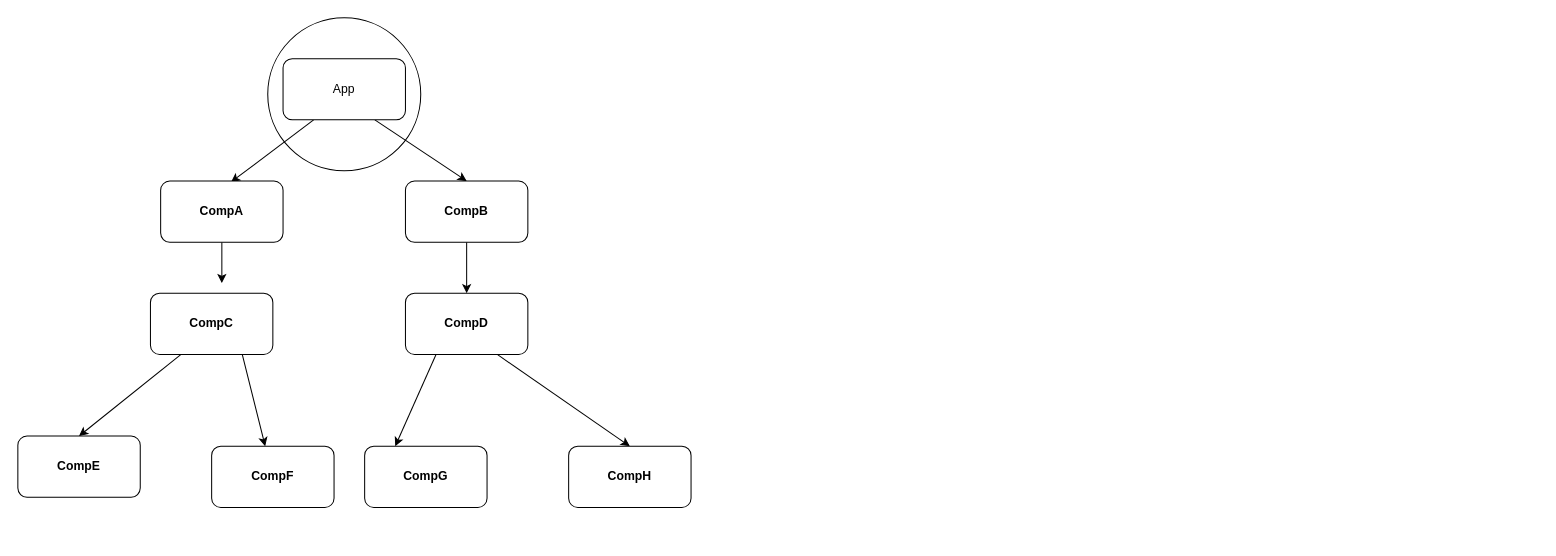
This is PropsDrilling.drawio from KameshwaranMurugan333/feb-204-react-batch, a draw.io file, before an edit. Source tidied: cells renumbered, new cells numbered last; positions are measured from the earlier drawing's top-left corner, leaving out a move shared by most shapes. Both pictures are drawn from the tidied source at 102%, with x=0, y=0 at pixel (17, 17).
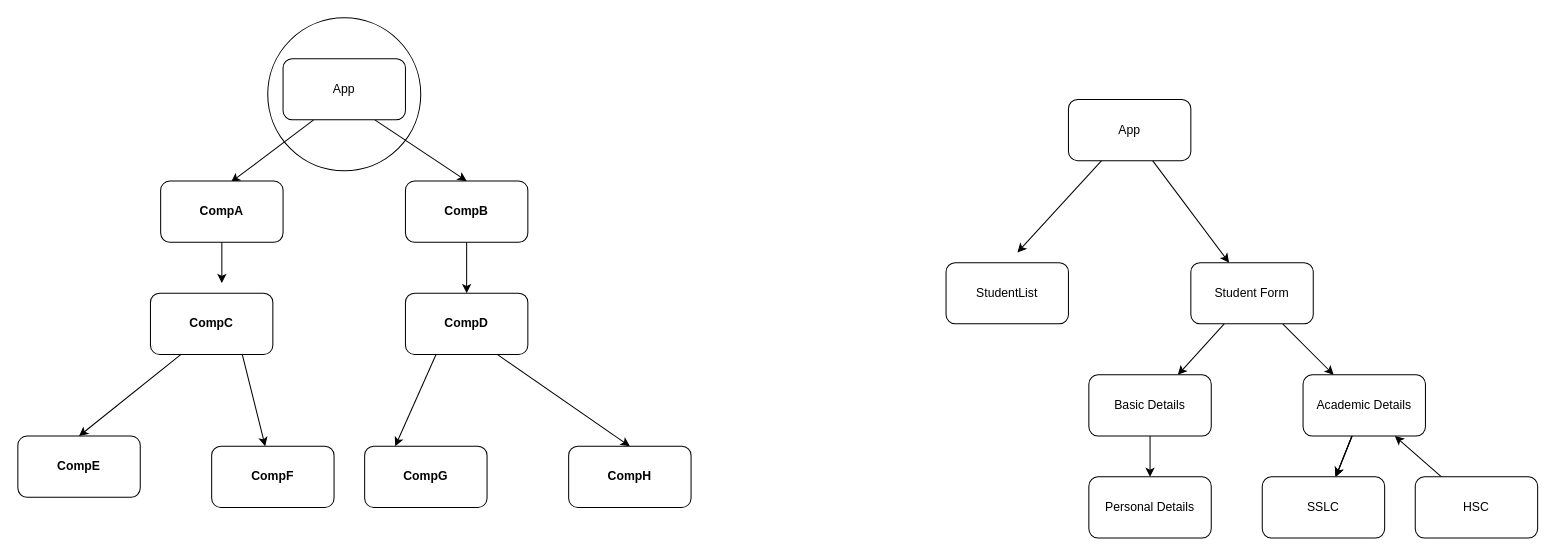
The same diagram, later.

The edit, as a diff of the source:
```diff
@@
+    <mxCell id="20" style="edgeStyle=none;html=1;" parent="1" edge="1" source="22">
+      <mxGeometry relative="1" as="geometry">
+        <mxPoint x="980" y="230" as="targetPoint" />
+      </mxGeometry>
+    </mxCell>
+    <mxCell id="21" style="edgeStyle=none;html=1;" parent="1" edge="1" source="22" target="26">
+      <mxGeometry relative="1" as="geometry" />
+    </mxCell>
+    <mxCell id="22" value="App" style="rounded=1;whiteSpace=wrap;html=1;" parent="1" vertex="1">
+      <mxGeometry x="1030" y="80" width="120" height="60" as="geometry" />
+    </mxCell>
+    <mxCell id="23" value="StudentList" style="rounded=1;whiteSpace=wrap;html=1;" parent="1" vertex="1">
+      <mxGeometry x="910" y="240" width="120" height="60" as="geometry" />
+    </mxCell>
+    <mxCell id="24" style="edgeStyle=none;html=1;" parent="1" edge="1" source="26" target="28">
+      <mxGeometry relative="1" as="geometry" />
+    </mxCell>
+    <mxCell id="25" style="edgeStyle=none;html=1;" parent="1" edge="1" source="26" target="33">
+      <mxGeometry relative="1" as="geometry" />
+    </mxCell>
+    <mxCell id="26" value="Student Form" style="whiteSpace=wrap;html=1;rounded=1;" parent="1" vertex="1">
+      <mxGeometry x="1150" y="240" width="120" height="60" as="geometry" />
+    </mxCell>
+    <mxCell id="27" style="edgeStyle=none;html=1;" parent="1" edge="1" source="28" target="29">
+      <mxGeometry relative="1" as="geometry" />
+    </mxCell>
+    <mxCell id="28" value="Basic Details" style="whiteSpace=wrap;html=1;rounded=1;" parent="1" vertex="1">
+      <mxGeometry x="1050" y="350" width="120" height="60" as="geometry" />
+    </mxCell>
+    <mxCell id="29" value="Personal Details" style="whiteSpace=wrap;html=1;rounded=1;" parent="1" vertex="1">
+      <mxGeometry x="1050" y="450" width="120" height="60" as="geometry" />
+    </mxCell>
+    <mxCell id="30" style="edgeStyle=none;html=1;" parent="1" edge="1" source="33" target="34">
+      <mxGeometry relative="1" as="geometry" />
+    </mxCell>
+    <mxCell id="31" style="edgeStyle=none;html=1;" parent="1" edge="1" source="33" target="34">
+      <mxGeometry relative="1" as="geometry" />
+    </mxCell>
+    <mxCell id="32" style="edgeStyle=none;html=1;" parent="1" edge="1" source="33" target="34">
+      <mxGeometry relative="1" as="geometry" />
+    </mxCell>
+    <mxCell id="33" value="Academic Details" style="whiteSpace=wrap;html=1;rounded=1;" parent="1" vertex="1">
+      <mxGeometry x="1260" y="350" width="120" height="60" as="geometry" />
+    </mxCell>
+    <mxCell id="34" value="SSLC" style="whiteSpace=wrap;html=1;rounded=1;" parent="1" vertex="1">
+      <mxGeometry x="1220" y="450" width="120" height="60" as="geometry" />
+    </mxCell>
+    <mxCell id="35" style="edgeStyle=none;html=1;entryX=0.75;entryY=1;entryDx=0;entryDy=0;" parent="1" edge="1" source="36" target="33">
+      <mxGeometry relative="1" as="geometry" />
+    </mxCell>
+    <mxCell id="36" value="HSC" style="whiteSpace=wrap;html=1;rounded=1;" parent="1" vertex="1">
+      <mxGeometry x="1370" y="450" width="120" height="60" as="geometry" />
+    </mxCell>
```
